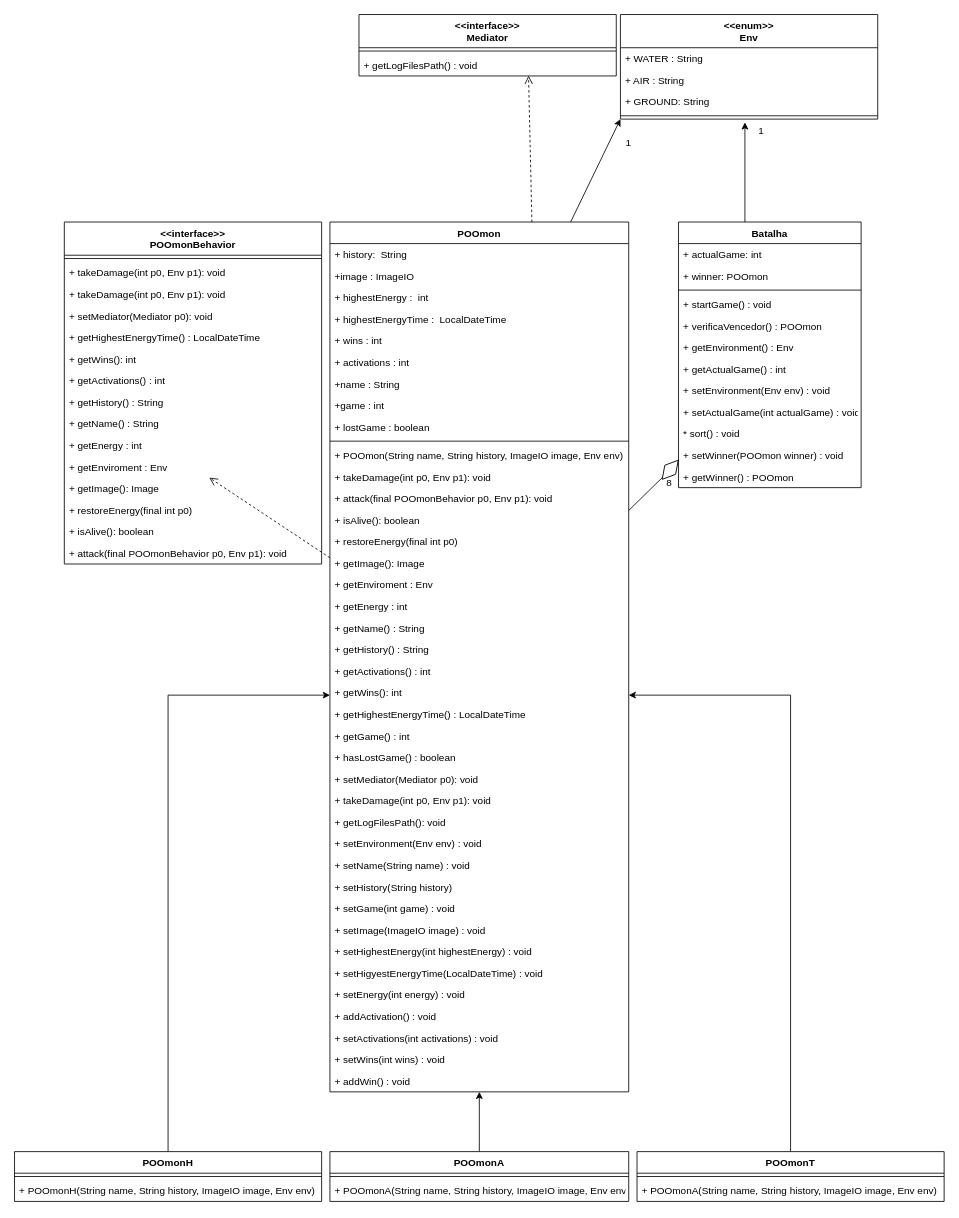
Before: Untitled Diagram.drawio in rbkretzer/POO212-A-F, a draw.io diagram. Source tidied: cells renumbered, new cells numbered last; positions are measured from the earlier drawing's top-left corner, leaving out a move shared by most shapes. Both pictures are drawn from the tidied source at 83%, with x=0, y=0 at pixel (14, 14).
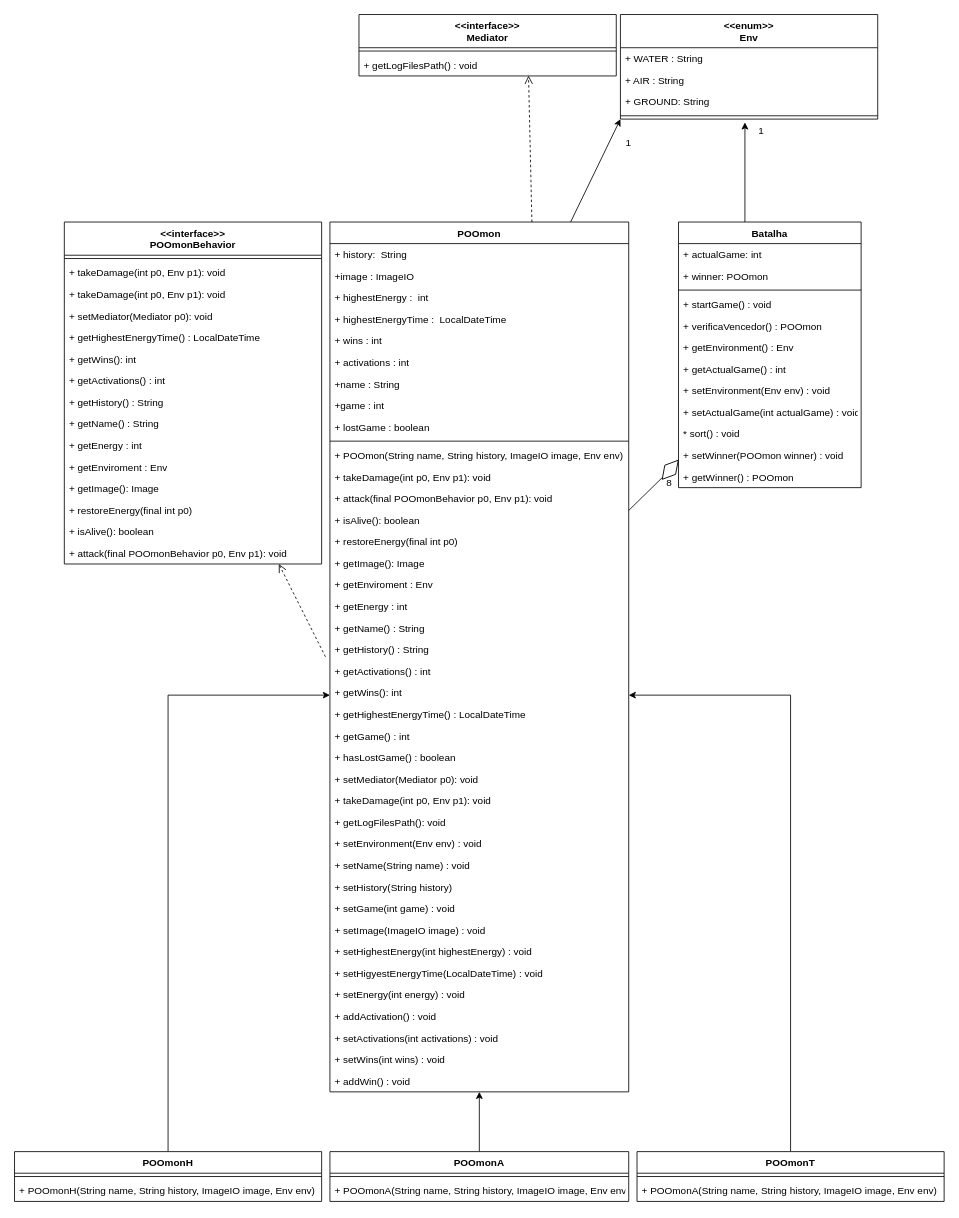
Above is the later version.

Commit message:
ajustes diagrama

The change refers to these unchanged cells:
```xml
<mxCell id="5" value="POOmon" style="swimlane;fontStyle=1;align=center;verticalAlign=top;horizontal=1;startSize=26;fillColor=default;gradientColor=none;" parent="1" vertex="1">
  <mxGeometry x="380" y="250" width="360" height="1048" as="geometry" />
</mxCell>
<mxCell id="25" value="+ getHistory() : String&#10;" style="text;strokeColor=none;fillColor=none;align=left;verticalAlign=top;spacingLeft=4;spacingRight=4;overflow=hidden;points=[[0,0.5],[1,0.5]];portConstraint=eastwest;" parent="5" vertex="1">
  <mxGeometry y="502" width="360" height="26" as="geometry" />
</mxCell>
<mxCell id="55" value="&lt;&lt;interface&gt;&gt;&#10;POOmonBehavior" style="swimlane;fontStyle=1;align=center;verticalAlign=top;horizontal=1;startSize=40;fillColor=default;gradientColor=none;" parent="1" vertex="1">
  <mxGeometry x="60" y="250" width="310" height="412" as="geometry" />
</mxCell>
<mxCell id="66" value="+ getEnviroment : Env" style="text;strokeColor=none;fillColor=none;align=left;verticalAlign=top;spacingLeft=4;spacingRight=4;overflow=hidden;points=[[0,0.5],[1,0.5]];portConstraint=eastwest;" parent="55" vertex="1">
  <mxGeometry y="282" width="310" height="26" as="geometry" />
</mxCell>
```

What changed in the source:
```diff
@@
-    <mxCell id="71" style="html=1;verticalAlign=bottom;endArrow=open;dashed=1;endSize=8;rounded=0;" parent="1" edge="1" source="5" target="66">
+    <mxCell id="71" style="html=1;verticalAlign=bottom;endArrow=open;dashed=1;endSize=8;rounded=0;exitX=-0.015;exitY=0.839;exitDx=0;exitDy=0;exitPerimeter=0;" parent="1" edge="1" source="25" target="55">
       <mxGeometry relative="1" as="geometry" />
     </mxCell>
```
